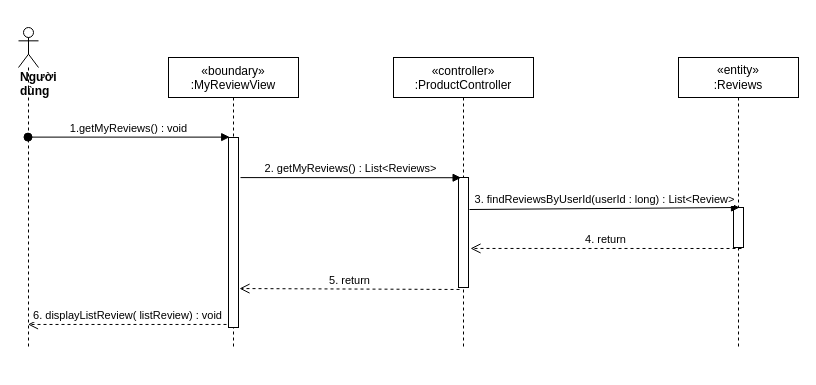
Before: sequence diagram/getMyReview-sequence.drawio in nguyenphamvan/datn_20202, a draw.io diagram. Source tidied: cells renumbered, new cells numbered last; positions are measured from the earlier drawing's top-left corner, leaving out a move shared by most shapes. Both pictures are drawn from the tidied source at 100%, with x=0, y=0 at pixel (18, 27).
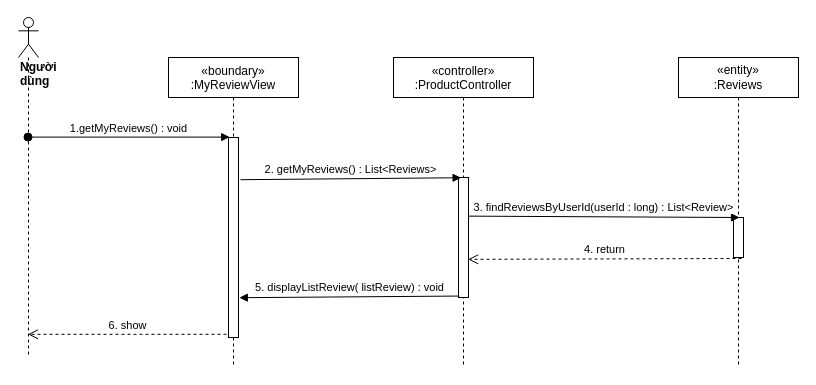
The same page after the edit.

What changed in the source:
```diff
@@
 <mxGraphModel>
   <root>
     <mxCell id="0" />
     <mxCell id="1" parent="0" />
     <mxCell id="2" value="«boundary»&#10;:MyReviewView" style="shape=umlLifeline;perimeter=lifelinePerimeter;rounded=0;shadow=0;strokeWidth=1;" parent="1" vertex="1">
-      <mxGeometry x="150" y="30" width="130" height="290" as="geometry" />
+      <mxGeometry x="150" y="30" width="130" height="310" as="geometry" />
     </mxCell>
     <mxCell id="3" style="html=1;points=[];perimeter=orthogonalPerimeter;" parent="2" vertex="1">
-      <mxGeometry x="60" y="80" width="10" height="190" as="geometry" />
+      <mxGeometry x="60" y="80" width="10" height="200" as="geometry" />
     </mxCell>
     <mxCell id="4" value="«controller»&#10;:ProductController" style="shape=umlLifeline;perimeter=lifelinePerimeter;rounded=0;shadow=0;strokeWidth=1;size=40;" parent="1" vertex="1">
-      <mxGeometry x="375" y="30" width="140" height="290" as="geometry" />
+      <mxGeometry x="375" y="30" width="140" height="310" as="geometry" />
     </mxCell>
     <mxCell id="5" style="points=[];perimeter=orthogonalPerimeter;rounded=0;shadow=0;strokeWidth=1;" parent="4" vertex="1">
-      <mxGeometry x="65" y="120" width="10" height="110" as="geometry" />
+      <mxGeometry x="65" y="120" width="10" height="120" as="geometry" />
     </mxCell>
     <mxCell id="6" value="&lt;div&gt;&lt;b&gt;Người dùng&lt;/b&gt;&lt;/div&gt;" style="shape=umlLifeline;participant=umlActor;perimeter=lifelinePerimeter;whiteSpace=wrap;html=1;verticalAlign=top;spacingTop=36;outlineConnect=0;align=left;" parent="1" vertex="1">
-      <mxGeometry width="20" height="320" as="geometry" />
+      <mxGeometry y="-10" width="20" height="340" as="geometry" />
     </mxCell>
     <mxCell id="7" value="1.getMyReviews() : void" style="html=1;verticalAlign=bottom;startArrow=oval;startFill=1;endArrow=block;startSize=8;entryX=0.12;entryY=-0.002;entryDx=0;entryDy=0;entryPerimeter=0;" parent="1" edge="1" source="6" target="3">
       <mxGeometry relative="1" as="geometry" />
     </mxCell>
     <mxCell id="8" value="&lt;span&gt;«entity»&lt;br&gt;&lt;/span&gt;:Reviews" style="shape=umlLifeline;perimeter=lifelinePerimeter;whiteSpace=wrap;html=1;" parent="1" vertex="1">
-      <mxGeometry x="660" y="30" width="120" height="290" as="geometry" />
+      <mxGeometry x="660" y="30" width="120" height="310" as="geometry" />
     </mxCell>
     <mxCell id="9" style="points=[];perimeter=orthogonalPerimeter;rounded=0;shadow=0;strokeWidth=1;" parent="8" vertex="1">
-      <mxGeometry x="55" y="150" width="10" height="40" as="geometry" />
+      <mxGeometry x="55" y="160" width="10" height="40" as="geometry" />
     </mxCell>
-    <mxCell id="10" value="3. findReviewsByUserId(userId : long) : List&amp;lt;Review&amp;gt;" style="html=1;verticalAlign=bottom;endArrow=block;entryX=0.6;entryY=0;entryDx=0;entryDy=0;entryPerimeter=0;exitX=1.1;exitY=0.291;exitDx=0;exitDy=0;exitPerimeter=0;" parent="1" edge="1" source="5" target="9">
+    <mxCell id="10" value="3. findReviewsByUserId(userId : long) : List&amp;lt;Review&amp;gt;" style="html=1;verticalAlign=bottom;endArrow=block;entryX=0.6;entryY=0;entryDx=0;entryDy=0;entryPerimeter=0;exitX=1.04;exitY=0.322;exitDx=0;exitDy=0;exitPerimeter=0;" parent="1" edge="1" source="5" target="9">
       <mxGeometry relative="1" as="geometry" />
     </mxCell>
-    <mxCell id="11" value="4. return" style="html=1;verticalAlign=bottom;endArrow=open;dashed=1;endSize=8;exitX=0.8;exitY=1.025;exitDx=0;exitDy=0;exitPerimeter=0;entryX=1.2;entryY=0.645;entryDx=0;entryDy=0;entryPerimeter=0;" parent="1" edge="1" source="9" target="5">
+    <mxCell id="11" value="4. return" style="html=1;verticalAlign=bottom;endArrow=open;dashed=1;endSize=8;exitX=0.8;exitY=1.025;exitDx=0;exitDy=0;exitPerimeter=0;entryX=0.96;entryY=0.682;entryDx=0;entryDy=0;entryPerimeter=0;" parent="1" edge="1" source="9" target="5">
       <mxGeometry relative="1" as="geometry" />
     </mxCell>
     <mxCell id="12" value="2. getMyReviews() : List&amp;lt;Reviews&amp;gt;" style="html=1;verticalAlign=bottom;endArrow=block;entryX=0.26;entryY=0.002;entryDx=0;entryDy=0;entryPerimeter=0;exitX=1.2;exitY=0.211;exitDx=0;exitDy=0;exitPerimeter=0;" parent="1" edge="1" source="3" target="5">
       <mxGeometry relative="1" as="geometry" />
     </mxCell>
+    <mxCell id="14" value="6. show" style="html=1;verticalAlign=bottom;endArrow=open;dashed=1;endSize=8;exitX=-0.2;exitY=0.984;exitDx=0;exitDy=0;exitPerimeter=0;" parent="1" edge="1" source="3" target="6">
+      <mxGeometry relative="1" as="geometry" />
+    </mxCell>
-    <mxCell id="13" value="5. return" style="html=1;verticalAlign=bottom;endArrow=open;dashed=1;endSize=8;exitX=0.1;exitY=1.018;exitDx=0;exitDy=0;exitPerimeter=0;entryX=1.1;entryY=0.795;entryDx=0;entryDy=0;entryPerimeter=0;" parent="1" edge="1" source="5" target="3">
+    <mxCell id="13" value="5. displayListReview( listReview) : void" style="html=1;verticalAlign=bottom;endArrow=block;exitX=0.08;exitY=0.988;exitDx=0;exitDy=0;exitPerimeter=0;entryX=1.08;entryY=0.801;entryDx=0;entryDy=0;entryPerimeter=0;" parent="1" edge="1" source="5" target="3">
       <mxGeometry relative="1" as="geometry" />
     </mxCell>
-    <mxCell id="14" value="6. displayListReview( listReview) : void" style="html=1;verticalAlign=bottom;endArrow=open;dashed=1;endSize=8;exitX=-0.2;exitY=0.984;exitDx=0;exitDy=0;exitPerimeter=0;" parent="1" edge="1" source="3" target="6">
-      <mxGeometry relative="1" as="geometry" />
-    </mxCell>
   </root>
 </mxGraphModel>
```
